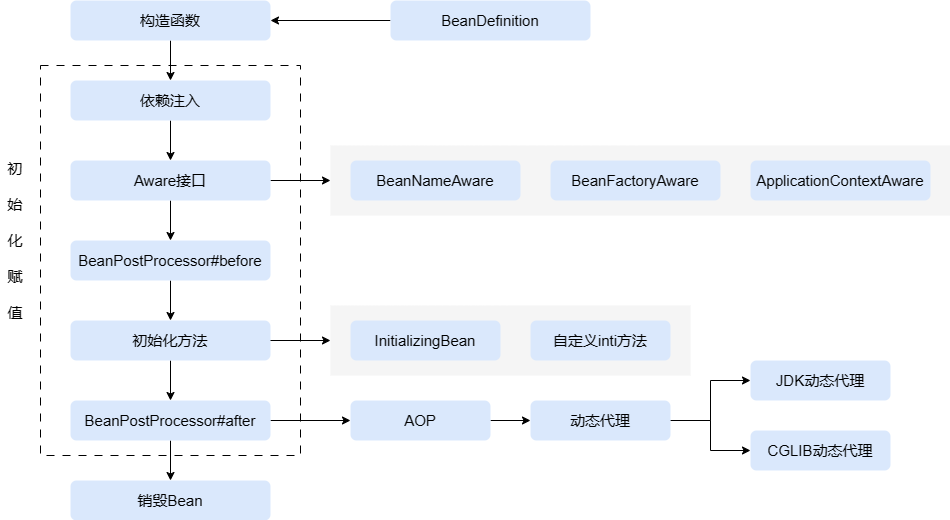
The draw.io diagram drawio/SpringBean的生命周期.drawio.png in bamshoo/pic, before a commit. Source tidied: cells renumbered, new cells last; positions are measured from the earlier drawing's top-left corner, leaving out a move shared by most shapes.
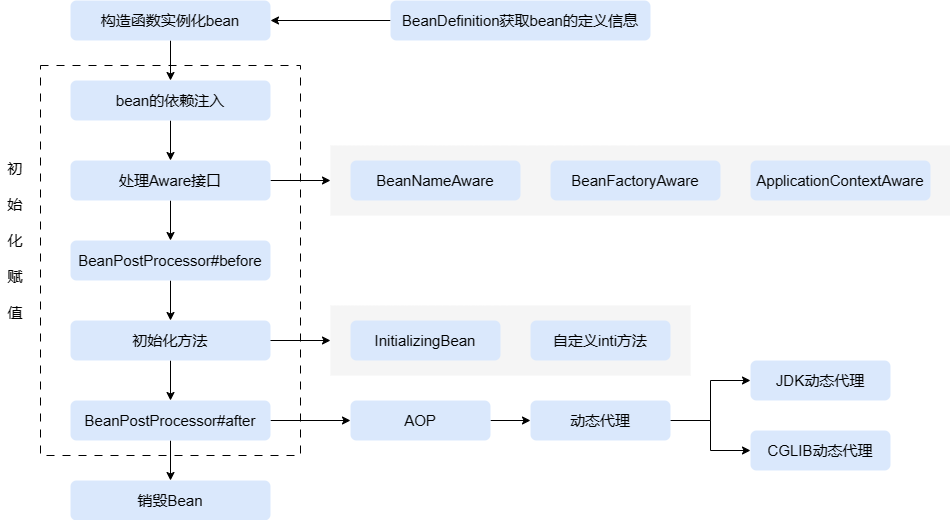
After the commit.

Commit message:
更新SpringBean的生命周期.drawio.png

The edit, as a diff of the source:
```diff
@@ -8,19 +8,19 @@
     <mxCell id="3" style="edgeStyle=orthogonalEdgeStyle;rounded=0;jettySize=auto;html=1;entryX=1;entryY=0.5;entryDx=0;entryDy=0;" parent="1" edge="1" source="4" target="6">
       <mxGeometry relative="1" as="geometry" />
     </mxCell>
-    <mxCell id="4" value="&lt;font style=&quot;font-size: 15px;&quot;&gt;BeanDefinition&lt;/font&gt;" style="rounded=1;whiteSpace=wrap;html=1;fillColor=#dae8fc;strokeColor=none;dashed=1;dashPattern=1 4;" parent="1" vertex="1">
-      <mxGeometry x="390" width="200" height="40" as="geometry" />
+    <mxCell id="4" value="&lt;font style=&quot;font-size: 15px;&quot;&gt;BeanDefinition获取bean的定义信息&lt;/font&gt;" style="rounded=1;whiteSpace=wrap;html=1;fillColor=#dae8fc;strokeColor=none;dashed=1;dashPattern=1 4;" parent="1" vertex="1">
+      <mxGeometry x="390" width="260" height="40" as="geometry" />
     </mxCell>
     <mxCell id="5" style="edgeStyle=orthogonalEdgeStyle;rounded=0;jettySize=auto;html=1;" parent="1" edge="1" source="6" target="8">
       <mxGeometry relative="1" as="geometry" />
     </mxCell>
-    <mxCell id="6" value="&lt;font style=&quot;font-size: 15px;&quot;&gt;构造函数&lt;/font&gt;" style="rounded=1;whiteSpace=wrap;html=1;fillColor=#dae8fc;strokeColor=none;dashed=1;dashPattern=1 4;" parent="1" vertex="1">
+    <mxCell id="6" value="&lt;font style=&quot;font-size: 15px;&quot;&gt;构造函数实例化bean&lt;/font&gt;" style="rounded=1;whiteSpace=wrap;html=1;fillColor=#dae8fc;strokeColor=none;dashed=1;dashPattern=1 4;" parent="1" vertex="1">
       <mxGeometry x="70" width="200" height="40" as="geometry" />
     </mxCell>
     <mxCell id="7" style="edgeStyle=orthogonalEdgeStyle;rounded=0;jettySize=auto;html=1;" parent="1" edge="1" source="8" target="14">
       <mxGeometry relative="1" as="geometry" />
     </mxCell>
-    <mxCell id="8" value="&lt;font style=&quot;font-size: 15px;&quot;&gt;依赖注入&lt;/font&gt;" style="rounded=1;whiteSpace=wrap;html=1;fillColor=#dae8fc;strokeColor=none;dashed=1;dashPattern=1 4;" parent="1" vertex="1">
+    <mxCell id="8" value="&lt;font style=&quot;font-size: 15px;&quot;&gt;bean的依赖注入&lt;/font&gt;" style="rounded=1;whiteSpace=wrap;html=1;fillColor=#dae8fc;strokeColor=none;dashed=1;dashPattern=1 4;" parent="1" vertex="1">
       <mxGeometry x="70" y="80" width="200" height="40" as="geometry" />
     </mxCell>
     <mxCell id="9" style="edgeStyle=orthogonalEdgeStyle;rounded=0;jettySize=auto;html=1;entryX=0;entryY=0.5;entryDx=0;entryDy=0;" parent="1" edge="1" source="11" target="29">
@@ -38,7 +38,7 @@
     <mxCell id="13" style="edgeStyle=orthogonalEdgeStyle;rounded=0;jettySize=auto;html=1;entryX=0;entryY=0.5;entryDx=0;entryDy=0;" parent="1" edge="1" source="14" target="20">
       <mxGeometry relative="1" as="geometry" />
     </mxCell>
-    <mxCell id="14" value="&lt;font style=&quot;font-size: 15px;&quot;&gt;Aware接口&lt;/font&gt;" style="rounded=1;whiteSpace=wrap;html=1;fillColor=#dae8fc;strokeColor=none;dashed=1;dashPattern=1 4;" parent="1" vertex="1">
+    <mxCell id="14" value="&lt;font style=&quot;font-size: 15px;&quot;&gt;处理Aware接口&lt;/font&gt;" style="rounded=1;whiteSpace=wrap;html=1;fillColor=#dae8fc;strokeColor=none;dashed=1;dashPattern=1 4;" parent="1" vertex="1">
       <mxGeometry x="70" y="160" width="200" height="40" as="geometry" />
     </mxCell>
     <mxCell id="15" style="edgeStyle=orthogonalEdgeStyle;rounded=0;jettySize=auto;html=1;" parent="1" edge="1" source="16" target="19">
```
